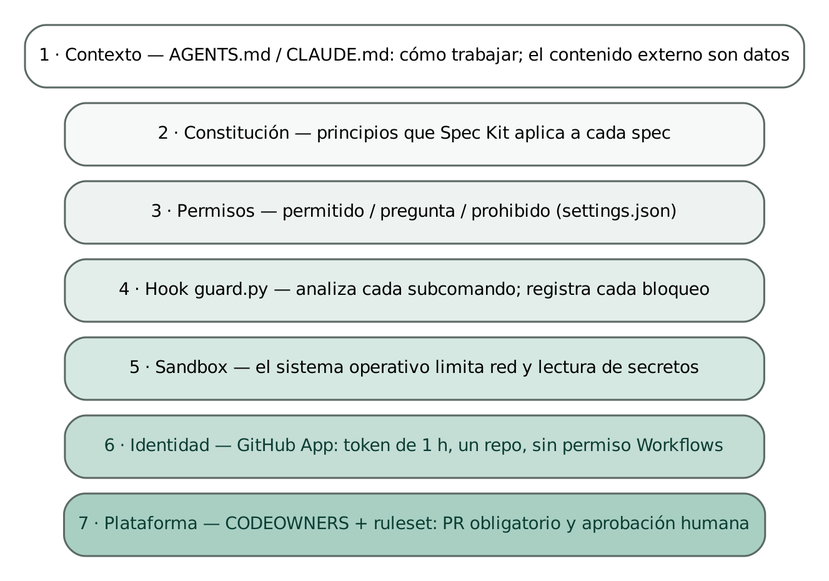
The Graphviz diagram docs/tfm/figuras/capas.png in acbacb77/poc-almagentic-core, before a commit. Its source is kept beside it as docs/tfm/figuras/capas.dot.
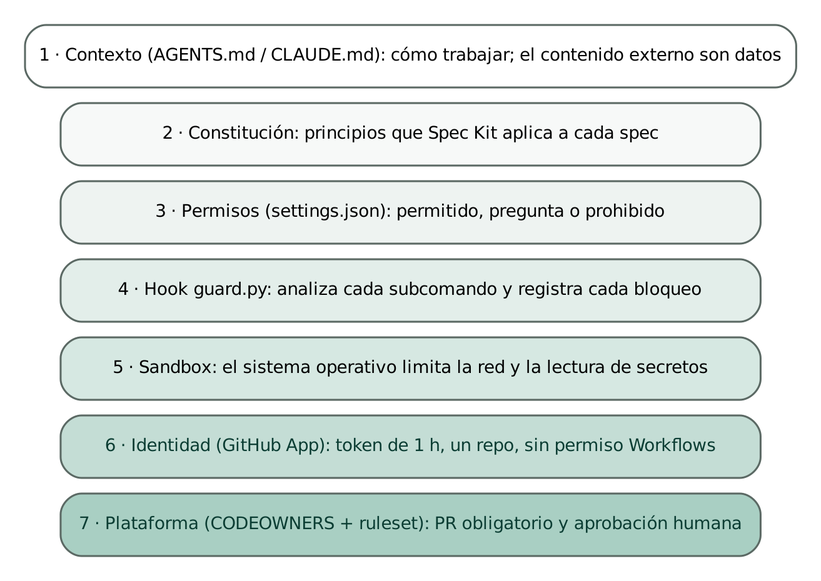
After the change.

What changed in the source:
```diff
@@ -3,12 +3,12 @@
   node  [shape=box, style="rounded,filled", fontname="Helvetica", fontsize=10, width=5.6, color="#5b6964", penwidth=1.1];
   edge  [style=invis];
 
-  c1 [label="1 · Contexto — AGENTS.md / CLAUDE.md: cómo trabajar; el contenido externo son datos", fillcolor="#ffffff"];
-  c2 [label="2 · Constitución — principios que Spec Kit aplica a cada spec", fillcolor="#f7f9f8"];
-  c3 [label="3 · Permisos — permitido / pregunta / prohibido (settings.json)", fillcolor="#eef3f1"];
-  c4 [label="4 · Hook guard.py — analiza cada subcomando; registra cada bloqueo", fillcolor="#e3eeea"];
-  c5 [label="5 · Sandbox — el sistema operativo limita red y lectura de secretos", fillcolor="#d6e8e2"];
-  c6 [label="6 · Identidad — GitHub App: token de 1 h, un repo, sin permiso Workflows", fillcolor="#c4ddd5", fontcolor="#0b3d33"];
-  c7 [label="7 · Plataforma — CODEOWNERS + ruleset: PR obligatorio y aprobación humana", fillcolor="#a9cfc3", fontcolor="#0b3d33"];
+  c1 [label="1 · Contexto (AGENTS.md / CLAUDE.md): cómo trabajar; el contenido externo son datos", fillcolor="#ffffff"];
+  c2 [label="2 · Constitución: principios que Spec Kit aplica a cada spec", fillcolor="#f7f9f8"];
+  c3 [label="3 · Permisos (settings.json): permitido, pregunta o prohibido", fillcolor="#eef3f1"];
+  c4 [label="4 · Hook guard.py: analiza cada subcomando y registra cada bloqueo", fillcolor="#e3eeea"];
+  c5 [label="5 · Sandbox: el sistema operativo limita la red y la lectura de secretos", fillcolor="#d6e8e2"];
+  c6 [label="6 · Identidad (GitHub App): token de 1 h, un repo, sin permiso Workflows", fillcolor="#c4ddd5", fontcolor="#0b3d33"];
+  c7 [label="7 · Plataforma (CODEOWNERS + ruleset): PR obligatorio y aprobación humana", fillcolor="#a9cfc3", fontcolor="#0b3d33"];
   c1 -> c2 -> c3 -> c4 -> c5 -> c6 -> c7;
 }
```
